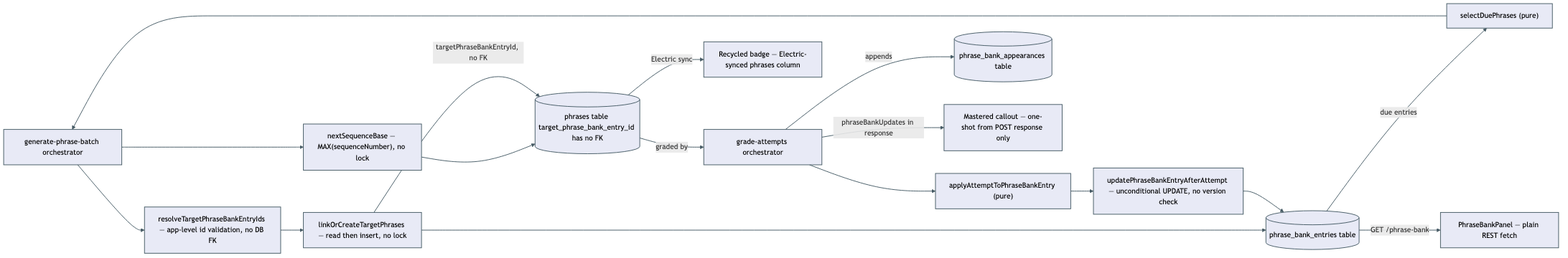
Earlier version of the Mermaid export docs/architecture/phrase-bank-mastery/as-built.png (ikushlianski/post-anki). Its source is kept beside it as docs/architecture/phrase-bank-mastery/as-built.mmd. The source it was exported from:
```mermaid
flowchart LR
  classDef default fill:#e8eaf6,stroke:#455a64,stroke-width:1.5px,color:#000
  linkStyle default stroke:#455a64,stroke-width:1.5px

  Gen["generate-phrase-batch orchestrator"]
  Due["selectDuePhrases (pure)"]
  Echo["resolveTargetPhraseBankEntryIds — app-level id validation, no DB FK"]
  Link["linkOrCreateTargetPhrases — read then insert, no lock"]
  SeqBase["nextSequenceBase — MAX(sequenceNumber), no lock"]
  PhrasesTbl[("phrases table target_phrase_bank_entry_id has no FK")]
  Grade["grade-attempts orchestrator"]
  Apply["applyAttemptToPhraseBankEntry (pure)"]
  UpdateEntry["updatePhraseBankEntryAfterAttempt — unconditional UPDATE, no version check"]
  EntriesTbl[("phrase_bank_entries table")]
  AppearTbl[("phrase_bank_appearances table")]
  Panel["PhraseBankPanel — plain REST fetch"]
  Badge["Recycled badge — Electric-synced phrases column"]
  Callout["Mastered callout — one-shot from POST response only"]

  EntriesTbl -- "due entries" --> Due
  Due --> Gen
  Gen --> SeqBase
  SeqBase --> PhrasesTbl
  Gen --> Echo
  Echo --> Link
  Link --> EntriesTbl
  Link -- "targetPhraseBankEntryId, no FK" --> PhrasesTbl
  PhrasesTbl -- "graded by" --> Grade
  Grade --> Apply
  Apply --> UpdateEntry
  UpdateEntry --> EntriesTbl
  Grade -- "appends" --> AppearTbl
  Grade -- "phraseBankUpdates in response" --> Callout
  EntriesTbl -- "GET /phrase-bank" --> Panel
  PhrasesTbl -- "Electric sync" --> Badge
```
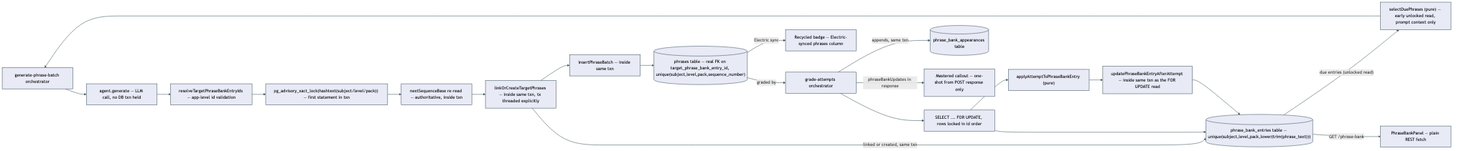
The same file after the commit.

Diff of the diagram source:
```diff
@@ -3,33 +3,41 @@
   linkStyle default stroke:#455a64,stroke-width:1.5px
 
   Gen["generate-phrase-batch orchestrator"]
-  Due["selectDuePhrases (pure)"]
-  Echo["resolveTargetPhraseBankEntryIds — app-level id validation, no DB FK"]
-  Link["linkOrCreateTargetPhrases — read then insert, no lock"]
-  SeqBase["nextSequenceBase — MAX(sequenceNumber), no lock"]
-  PhrasesTbl[("phrases table target_phrase_bank_entry_id has no FK")]
+  Due["selectDuePhrases (pure) — early unlocked read, prompt context only"]
+  Echo["resolveTargetPhraseBankEntryIds — app-level id validation"]
+  LLM["agent.generate — LLM call, no DB txn held"]
+  Lock1["pg_advisory_xact_lock(hashtext(subject/level/pack)) — first statement in txn"]
+  SeqBase["nextSequenceBase re-read — authoritative, inside txn"]
+  Link["linkOrCreateTargetPhrases — inside same txn, tx threaded explicitly"]
+  Insert["insertPhraseBatch — inside same txn"]
+  PhrasesTbl[("phrases table — real FK on target_phrase_bank_entry_id, unique(subject,level,pack,sequence_number)")]
   Grade["grade-attempts orchestrator"]
+  ForUpdate["SELECT ... FOR UPDATE, rows locked in id order"]
   Apply["applyAttemptToPhraseBankEntry (pure)"]
-  UpdateEntry["updatePhraseBankEntryAfterAttempt — unconditional UPDATE, no version check"]
-  EntriesTbl[("phrase_bank_entries table")]
+  UpdateEntry["updatePhraseBankEntryAfterAttempt — inside same txn as the FOR UPDATE read"]
+  EntriesTbl[("phrase_bank_entries table — unique(subject,level,pack,lower(trim(phrase_text)))")]
   AppearTbl[("phrase_bank_appearances table")]
   Panel["PhraseBankPanel — plain REST fetch"]
   Badge["Recycled badge — Electric-synced phrases column"]
   Callout["Mastered callout — one-shot from POST response only"]
 
-  EntriesTbl -- "due entries" --> Due
+  EntriesTbl -- "due entries (unlocked read)" --> Due
   Due --> Gen
-  Gen --> SeqBase
-  SeqBase --> PhrasesTbl
-  Gen --> Echo
-  Echo --> Link
-  Link --> EntriesTbl
-  Link -- "targetPhraseBankEntryId, no FK" --> PhrasesTbl
+  Gen --> LLM
+  LLM --> Echo
+  Echo --> Lock1
+  Lock1 --> SeqBase
+  SeqBase --> Link
+  Link --> Insert
+  Insert --> PhrasesTbl
+  Link -- "linked or created, same txn" --> EntriesTbl
   PhrasesTbl -- "graded by" --> Grade
-  Grade --> Apply
+  Grade --> ForUpdate
+  ForUpdate --> EntriesTbl
+  ForUpdate --> Apply
   Apply --> UpdateEntry
   UpdateEntry --> EntriesTbl
-  Grade -- "appends" --> AppearTbl
+  Grade -- "appends, same txn" --> AppearTbl
   Grade -- "phraseBankUpdates in response" --> Callout
   EntriesTbl -- "GET /phrase-bank" --> Panel
   PhrasesTbl -- "Electric sync" --> Badge
```
